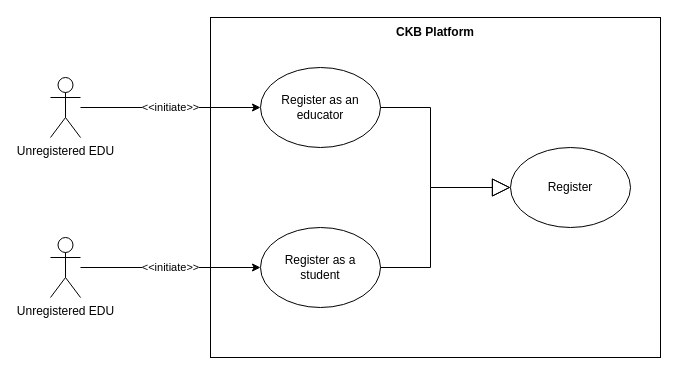
The draw.io diagram page "Registration" (1 of 3) of RASD/images/sequence_diagrams/use_case_diagrams.drawio in pontig/sw-eng-2-PasiniPontiggiaStasi, before the edit. Source tidied: cells renumbered, new cells numbered last; positions are measured from the earlier drawing's top-left corner, leaving out a move shared by most shapes. Both pictures are drawn from the tidied source at 100%, with x=0, y=0 at pixel (50, 17).
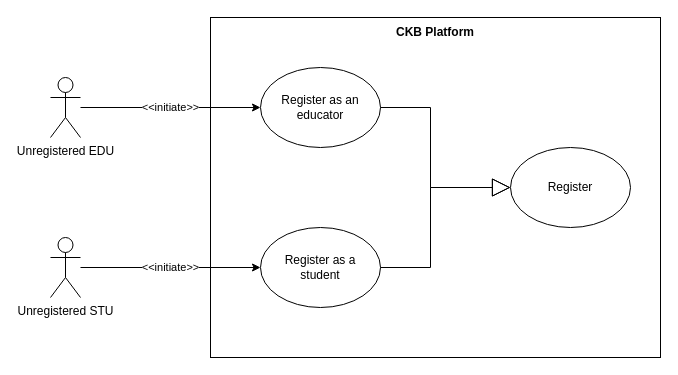
The same diagram, later.

Change to the diagram source:
```diff
@@
 <mxGraphModel>
   <root>
     <mxCell id="0" />
     <mxCell id="1" parent="0" />
     <mxCell id="2" style="rounded=0;whiteSpace=wrap;html=1;fillColor=none;" parent="1" vertex="1">
       <mxGeometry x="160" width="450" height="340" as="geometry" />
     </mxCell>
     <mxCell id="3" value="&amp;lt;&amp;lt;initiate&amp;gt;&amp;gt;" style="edgeStyle=orthogonalEdgeStyle;rounded=0;jettySize=auto;html=1;" parent="1" edge="1" source="4" target="5">
       <mxGeometry relative="1" as="geometry" />
     </mxCell>
     <mxCell id="4" value="Unregistered EDU" style="shape=umlActor;verticalLabelPosition=bottom;verticalAlign=top;html=1;outlineConnect=0;" parent="1" vertex="1">
       <mxGeometry y="60" width="30" height="60" as="geometry" />
     </mxCell>
     <mxCell id="5" value="Register as an&lt;br&gt;educator" style="ellipse;whiteSpace=wrap;html=1;" parent="1" vertex="1">
       <mxGeometry x="210" y="50" width="120" height="80" as="geometry" />
     </mxCell>
     <mxCell id="6" value="&amp;lt;&amp;lt;initiate&amp;gt;&amp;gt;" style="edgeStyle=orthogonalEdgeStyle;rounded=0;jettySize=auto;html=1;" parent="1" edge="1" source="7" target="8">
       <mxGeometry relative="1" as="geometry" />
     </mxCell>
-    <mxCell id="7" value="Unregistered EDU" style="shape=umlActor;verticalLabelPosition=bottom;verticalAlign=top;html=1;outlineConnect=0;" parent="1" vertex="1">
+    <mxCell id="7" value="Unregistered STU" style="shape=umlActor;verticalLabelPosition=bottom;verticalAlign=top;html=1;outlineConnect=0;" parent="1" vertex="1">
       <mxGeometry y="220" width="30" height="60" as="geometry" />
     </mxCell>
     <mxCell id="8" value="Register as a&lt;br&gt;student" style="ellipse;whiteSpace=wrap;html=1;" parent="1" vertex="1">
       <mxGeometry x="210" y="210" width="120" height="80" as="geometry" />
     </mxCell>
     <mxCell id="9" value="Register" style="ellipse;whiteSpace=wrap;html=1;" parent="1" vertex="1">
       <mxGeometry x="460" y="130" width="120" height="80" as="geometry" />
     </mxCell>
     <mxCell id="10" style="endArrow=block;endSize=16;endFill=0;html=1;rounded=0;" parent="1" edge="1" source="8" target="9">
       <mxGeometry x="0.32" y="-39" relative="1" as="geometry">
         <Array as="points">
           <mxPoint x="380" y="250" />
           <mxPoint x="380" y="170" />
         </Array>
       </mxGeometry>
     </mxCell>
     <mxCell id="11" style="endArrow=block;endSize=16;endFill=0;html=1;rounded=0;" parent="1" edge="1" source="5" target="9">
       <mxGeometry relative="1" as="geometry">
         <Array as="points">
           <mxPoint x="380" y="90" />
           <mxPoint x="380" y="170" />
         </Array>
       </mxGeometry>
     </mxCell>
     <mxCell id="12" value="&lt;b&gt;CKB Platform&lt;/b&gt;" style="text;html=1;strokeColor=none;fillColor=none;align=center;verticalAlign=middle;whiteSpace=wrap;rounded=0;" parent="1" vertex="1">
       <mxGeometry x="160" width="450" height="30" as="geometry" />
     </mxCell>
   </root>
 </mxGraphModel>
```
